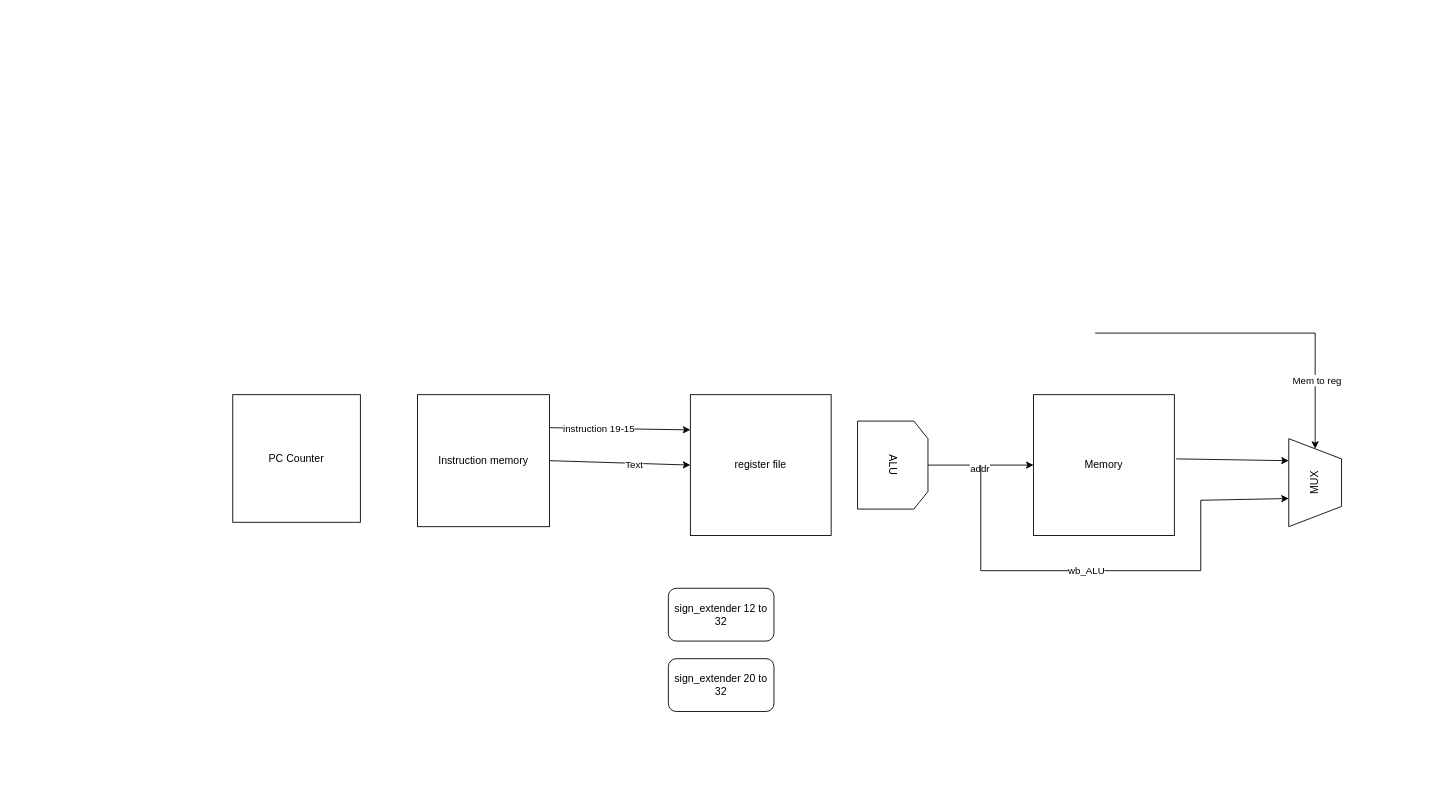
The draw.io diagram project1.drawio in coltenjs45/Cpre381, before the edit. Source tidied: cells renumbered, new cells numbered last; positions are measured from the earlier drawing's top-left corner, leaving out a move shared by most shapes. Both pictures are drawn from the tidied source at 88%, with x=0, y=0 at pixel (232, 333).
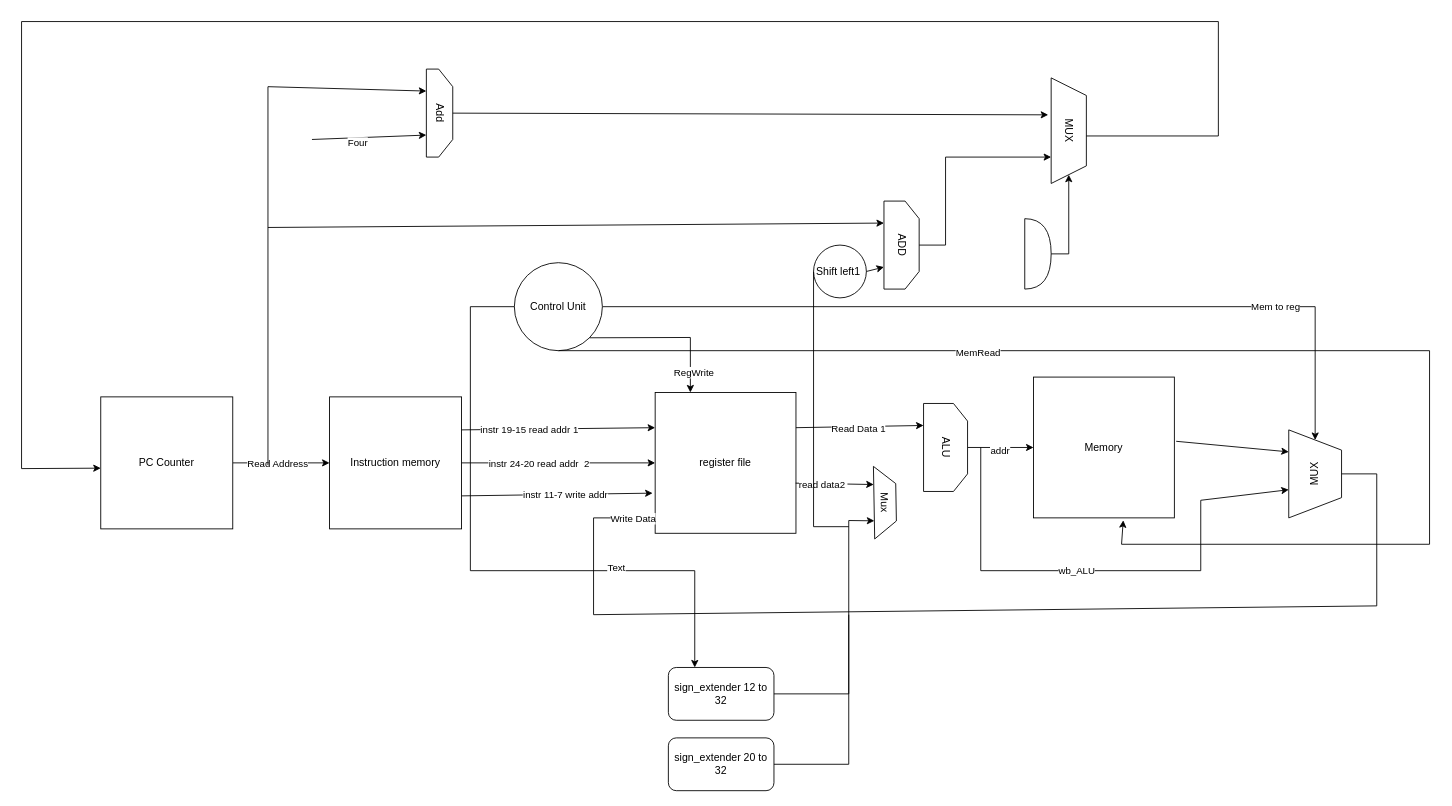
After the change.

Commit message (it also covers changes not shown here):
updated excel sheet amd drawio

The change refers to these unchanged cells:
```xml
<mxCell id="17" style="endArrow=classic;html=1;rounded=0;exitX=1;exitY=0.25;exitDx=0;exitDy=0;entryX=0;entryY=0.25;entryDx=0;entryDy=0;" parent="1" edge="1" source="16" target="2">
  <mxGeometry relative="1" as="geometry" />
</mxCell>
<mxCell id="19" style="endArrow=classic;html=1;rounded=0;exitX=1;exitY=0.5;exitDx=0;exitDy=0;entryX=0;entryY=0.5;entryDx=0;entryDy=0;" parent="1" edge="1" source="16" target="2">
  <mxGeometry relative="1" as="geometry" />
</mxCell>
```

Diff of the diagram source:
```diff
@@
     <mxCell id="2" value="register file" style="whiteSpace=wrap;html=1;" parent="1" vertex="1">
-      <mxGeometry x="520" y="70" width="160" height="160" as="geometry" />
+      <mxGeometry x="480" y="67.5" width="160" height="160" as="geometry" />
     </mxCell>
+    <mxCell id="21" style="edgeStyle=orthogonalEdgeStyle;rounded=0;jettySize=auto;html=1;exitX=1;exitY=0.5;exitDx=0;exitDy=0;entryX=0;entryY=0.5;entryDx=0;entryDy=0;" parent="1" edge="1" source="3" target="16">
+      <mxGeometry relative="1" as="geometry" />
+    </mxCell>
+    <mxCell id="22" value="Read Address" style="edgeLabel;html=1;align=center;verticalAlign=middle;" parent="21" vertex="1">
+      <mxGeometry x="-0.09" y="-1" relative="1" as="geometry" />
+    </mxCell>
     <mxCell id="3" value="PC Counter" style="whiteSpace=wrap;html=1;" parent="1" vertex="1">
-      <mxGeometry y="70" width="145" height="145" as="geometry" />
+      <mxGeometry x="-150" y="72.5" width="150" height="150" as="geometry" />
     </mxCell>
     <mxCell id="4" value="sign_extender 12 to 32" style="rounded=1;whiteSpace=wrap;html=1;" parent="1" vertex="1">
-      <mxGeometry x="495" y="290" width="120" height="60" as="geometry" />
+      <mxGeometry x="495" y="380" width="120" height="60" as="geometry" />
     </mxCell>
     <mxCell id="5" value="Memory" style="whiteSpace=wrap;html=1;" parent="1" vertex="1">
-      <mxGeometry x="910" y="70" width="160" height="160" as="geometry" />
+      <mxGeometry x="910" y="50" width="160" height="160" as="geometry" />
     </mxCell>
@@
     <mxCell id="8" value="ALU" style="shape=loopLimit;whiteSpace=wrap;html=1;rotation=90;" parent="1" vertex="1">
-      <mxGeometry x="700" y="110" width="100" height="80" as="geometry" />
+      <mxGeometry x="760" y="105" width="100" height="50" as="geometry" />
     </mxCell>
     <mxCell id="9" value="sign_extender 20 to 32" style="rounded=1;whiteSpace=wrap;html=1;" parent="1" vertex="1">
-      <mxGeometry x="495" y="370" width="120" height="60" as="geometry" />
+      <mxGeometry x="495" y="460" width="120" height="60" as="geometry" />
     </mxCell>
     <mxCell id="10" value="MUX" style="verticalLabelPosition=middle;verticalAlign=middle;html=1;shape=trapezoid;perimeter=trapezoidPerimeter;whiteSpace=wrap;size=0.23;arcSize=10;flipV=1;labelPosition=center;align=center;rotation=-90;" parent="1" vertex="1">
-      <mxGeometry x="1180" y="140" width="100" height="60" as="geometry" />
+      <mxGeometry x="1180" y="130" width="100" height="60" as="geometry" />
     </mxCell>
     <mxCell id="11" style="endArrow=classic;html=1;rounded=0;entryX=0.32;entryY=1;entryDx=0;entryDy=0;entryPerimeter=0;" parent="1" edge="1" target="10">
       <mxGeometry relative="1" as="geometry">
-        <mxPoint x="850" y="150" as="sourcePoint" />
+        <mxPoint x="850" y="130" as="sourcePoint" />
         <Array as="points">
           <mxPoint x="850" y="270" />
           <mxPoint x="1100" y="270" />
           <mxPoint x="1100" y="190" />
         </Array>
       </mxGeometry>
     </mxCell>
@@
-    <mxCell id="14" style="endArrow=classic;html=1;rounded=0;" parent="1" edge="1" target="10">
+    <mxCell id="14" style="endArrow=classic;html=1;rounded=0;" parent="1" edge="1" source="38" target="10">
       <mxGeometry relative="1" as="geometry">
-        <mxPoint x="980" as="sourcePoint" />
         <Array as="points">
-          <mxPoint x="1230" />
+          <mxPoint x="1230" y="-30" />
         </Array>
       </mxGeometry>
     </mxCell>
@@
     <mxCell id="16" value="Instruction memory" style="whiteSpace=wrap;html=1;" parent="1" vertex="1">
-      <mxGeometry x="210" y="70" width="150" height="150" as="geometry" />
+      <mxGeometry x="110" y="72.5" width="150" height="150" as="geometry" />
     </mxCell>
@@
-    <mxCell id="18" value="instruction 19-15" style="edgeLabel;html=1;align=center;verticalAlign=middle;" parent="17" vertex="1">
+    <mxCell id="18" value="instr 19-15 read addr 1" style="edgeLabel;html=1;align=center;verticalAlign=middle;" parent="17" vertex="1">
       <mxGeometry x="-0.3" relative="1" as="geometry" />
     </mxCell>
@@
+    <mxCell id="23" value="instr 24-20 read addr&amp;nbsp; 2" style="edgeLabel;html=1;align=center;verticalAlign=middle;" parent="19" vertex="1">
+      <mxGeometry x="-0.21" y="-1" relative="1" as="geometry" />
+    </mxCell>
+    <mxCell id="24" style="endArrow=classic;html=1;rounded=0;exitX=0.5;exitY=0;exitDx=0;exitDy=0;entryX=0.35;entryY=1.083;entryDx=0;entryDy=0;entryPerimeter=0;" parent="1" edge="1" target="29">
+      <mxGeometry relative="1" as="geometry">
+        <mxPoint x="230" y="-250" as="sourcePoint" />
+      </mxGeometry>
+    </mxCell>
+    <mxCell id="25" style="endArrow=classic;html=1;rounded=0;entryX=0.75;entryY=1;entryDx=0;entryDy=0;" parent="1" edge="1" target="28">
+      <mxGeometry relative="1" as="geometry">
+        <mxPoint x="90" y="-220" as="sourcePoint" />
+      </mxGeometry>
+    </mxCell>
+    <mxCell id="26" value="Four" style="edgeLabel;html=1;align=center;verticalAlign=middle;" parent="25" vertex="1">
+      <mxGeometry x="-0.22" y="-5" relative="1" as="geometry" />
+    </mxCell>
+    <mxCell id="27" style="endArrow=classic;html=1;rounded=0;entryX=0.25;entryY=1;entryDx=0;entryDy=0;" parent="1" edge="1" target="28">
+      <mxGeometry relative="1" as="geometry">
+        <mxPoint x="40" y="150" as="sourcePoint" />
+        <Array as="points">
+          <mxPoint x="40" y="-280" />
+        </Array>
+      </mxGeometry>
+    </mxCell>
+    <mxCell id="28" value="Add" style="shape=loopLimit;whiteSpace=wrap;html=1;rotation=90;" parent="1" vertex="1">
+      <mxGeometry x="185" y="-265" width="100" height="30" as="geometry" />
+    </mxCell>
+    <mxCell id="29" value="MUX" style="shape=trapezoid;perimeter=trapezoidPerimeter;whiteSpace=wrap;html=1;fixedSize=1;rotation=90;" parent="1" vertex="1">
+      <mxGeometry x="890" y="-250" width="120" height="40" as="geometry" />
+    </mxCell>
+    <mxCell id="30" style="endArrow=classic;html=1;rounded=0;entryX=0.25;entryY=1;entryDx=0;entryDy=0;" parent="1" edge="1" target="31">
+      <mxGeometry relative="1" as="geometry">
+        <mxPoint x="40" y="-120" as="sourcePoint" />
+      </mxGeometry>
+    </mxCell>
+    <mxCell id="31" value="ADD" style="shape=loopLimit;whiteSpace=wrap;html=1;rotation=90;" parent="1" vertex="1">
+      <mxGeometry x="710" y="-120" width="100" height="40" as="geometry" />
+    </mxCell>
+    <mxCell id="32" style="endArrow=classic;html=1;rounded=0;exitX=0.5;exitY=0;exitDx=0;exitDy=0;entryX=0.75;entryY=1;entryDx=0;entryDy=0;" parent="1" edge="1" source="31" target="29">
+      <mxGeometry relative="1" as="geometry">
+        <Array as="points">
+          <mxPoint x="810" y="-100" />
+          <mxPoint x="810" y="-200" />
+        </Array>
+      </mxGeometry>
+    </mxCell>
+    <mxCell id="33" style="endArrow=classic;html=1;rounded=0;exitX=0.5;exitY=0;exitDx=0;exitDy=0;entryX=0;entryY=0.5;entryDx=0;entryDy=0;" parent="1" edge="1">
+      <mxGeometry relative="1" as="geometry">
+        <mxPoint x="970" y="-224" as="sourcePoint" />
+        <mxPoint x="-150" y="153.5" as="targetPoint" />
+        <Array as="points">
+          <mxPoint x="1120" y="-224" />
+          <mxPoint x="1120" y="-354" />
+          <mxPoint x="-240" y="-354" />
+          <mxPoint x="-240" y="154" />
+        </Array>
+      </mxGeometry>
+    </mxCell>
+    <mxCell id="34" value="Shift left1&amp;nbsp;" style="ellipse;whiteSpace=wrap;html=1;" parent="1" vertex="1">
+      <mxGeometry x="660" y="-100" width="60" height="60" as="geometry" />
+    </mxCell>
+    <mxCell id="35" style="endArrow=classic;html=1;rounded=0;exitX=1;exitY=0.5;exitDx=0;exitDy=0;entryX=0.75;entryY=1;entryDx=0;entryDy=0;" parent="1" edge="1" source="34" target="31">
+      <mxGeometry relative="1" as="geometry" />
+    </mxCell>
+    <mxCell id="36" style="shape=or;whiteSpace=wrap;html=1;" parent="1" vertex="1">
+      <mxGeometry x="900" y="-130" width="30" height="80" as="geometry" />
+    </mxCell>
+    <mxCell id="37" style="endArrow=classic;html=1;rounded=0;exitX=1;exitY=0.5;exitDx=0;exitDy=0;exitPerimeter=0;entryX=1;entryY=0.5;entryDx=0;entryDy=0;" parent="1" edge="1" source="36" target="29">
+      <mxGeometry relative="1" as="geometry">
+        <Array as="points">
+          <mxPoint x="950" y="-90" />
+        </Array>
+      </mxGeometry>
+    </mxCell>
+    <mxCell id="38" value="Control Unit" style="ellipse;whiteSpace=wrap;html=1;" parent="1" vertex="1">
+      <mxGeometry x="320" y="-80" width="100" height="100" as="geometry" />
+    </mxCell>
+    <mxCell id="39" style="endArrow=classic;html=1;rounded=0;exitX=1;exitY=1;exitDx=0;exitDy=0;entryX=0.25;entryY=0;entryDx=0;entryDy=0;" parent="1" edge="1" source="38" target="2">
+      <mxGeometry relative="1" as="geometry">
+        <Array as="points">
+          <mxPoint x="520" y="5" />
+        </Array>
+      </mxGeometry>
+    </mxCell>
+    <mxCell id="40" value="RegWrite" style="edgeLabel;html=1;align=center;verticalAlign=middle;" parent="39" vertex="1">
+      <mxGeometry x="0.74" y="3" relative="1" as="geometry" />
+    </mxCell>
+    <mxCell id="41" value="Mux" style="shape=trapezoid;perimeter=trapezoidPerimeter;whiteSpace=wrap;html=1;fixedSize=1;rotation=89;" parent="1" vertex="1">
+      <mxGeometry x="700" y="180" width="82.5" height="25" as="geometry" />
+    </mxCell>
+    <mxCell id="42" style="endArrow=classic;html=1;rounded=0;exitX=1;exitY=0.25;exitDx=0;exitDy=0;entryX=0.25;entryY=1;entryDx=0;entryDy=0;" parent="1" edge="1" source="2" target="8">
+      <mxGeometry relative="1" as="geometry" />
+    </mxCell>
+    <mxCell id="43" value="Read Data 1" style="edgeLabel;html=1;align=center;verticalAlign=middle;" parent="42" vertex="1">
+      <mxGeometry x="-0.03" y="-2" relative="1" as="geometry" />
+    </mxCell>
+    <mxCell id="44" style="endArrow=classic;html=1;rounded=0;exitX=0.998;exitY=0.644;exitDx=0;exitDy=0;exitPerimeter=0;entryX=0.25;entryY=1;entryDx=0;entryDy=0;" parent="1" edge="1" source="2" target="41">
+      <mxGeometry relative="1" as="geometry" />
+    </mxCell>
+    <mxCell id="45" value="read data2&amp;nbsp;" style="edgeLabel;html=1;align=center;verticalAlign=middle;" parent="44" vertex="1">
+      <mxGeometry x="-0.31" relative="1" as="geometry" />
+    </mxCell>
+    <mxCell id="46" style="endArrow=classic;html=1;rounded=0;entryX=0.75;entryY=1;entryDx=0;entryDy=0;exitX=1;exitY=0.5;exitDx=0;exitDy=0;" parent="1" edge="1" source="4" target="41">
+      <mxGeometry relative="1" as="geometry">
+        <Array as="points">
+          <mxPoint x="700" y="410" />
+          <mxPoint x="700" y="213" />
+        </Array>
+      </mxGeometry>
+    </mxCell>
+    <mxCell id="47" style="endArrow=none;html=1;rounded=0;exitX=1;exitY=0.5;exitDx=0;exitDy=0;" parent="1" edge="1" source="9">
+      <mxGeometry relative="1" as="geometry">
+        <mxPoint x="700" y="320" as="targetPoint" />
+        <Array as="points">
+          <mxPoint x="700" y="490" />
+        </Array>
+      </mxGeometry>
+    </mxCell>
+    <mxCell id="48" style="endArrow=classic;html=1;rounded=0;exitX=1;exitY=0.75;exitDx=0;exitDy=0;entryX=-0.018;entryY=0.715;entryDx=0;entryDy=0;entryPerimeter=0;" parent="1" edge="1" source="16" target="2">
+      <mxGeometry relative="1" as="geometry" />
+    </mxCell>
+    <mxCell id="49" value="instr 11-7 write addr" style="edgeLabel;html=1;align=center;verticalAlign=middle;" parent="48" vertex="1">
+      <mxGeometry x="0.09" relative="1" as="geometry" />
+    </mxCell>
+    <mxCell id="50" style="endArrow=classic;html=1;rounded=0;exitX=0.5;exitY=1;exitDx=0;exitDy=0;entryX=0;entryY=0.891;entryDx=0;entryDy=0;entryPerimeter=0;" parent="1" edge="1" source="10" target="2">
+      <mxGeometry relative="1" as="geometry">
+        <Array as="points">
+          <mxPoint x="1300" y="160" />
+          <mxPoint x="1300" y="310" />
+          <mxPoint x="410" y="320" />
+          <mxPoint x="410" y="210" />
+        </Array>
+      </mxGeometry>
+    </mxCell>
+    <mxCell id="51" value="Write Data" style="edgeLabel;html=1;align=center;verticalAlign=middle;" parent="50" vertex="1">
+      <mxGeometry x="0.96" relative="1" as="geometry" />
+    </mxCell>
+    <mxCell id="52" style="endArrow=classic;html=1;rounded=0;exitX=0.5;exitY=1;exitDx=0;exitDy=0;entryX=0.637;entryY=1.017;entryDx=0;entryDy=0;entryPerimeter=0;" parent="1" edge="1" source="38" target="5">
+      <mxGeometry relative="1" as="geometry">
+        <Array as="points">
+          <mxPoint x="1360" y="20" />
+          <mxPoint x="1360" y="240" />
+          <mxPoint x="1010" y="240" />
+        </Array>
+      </mxGeometry>
+    </mxCell>
+    <mxCell id="53" value="MemRead" style="edgeLabel;html=1;align=center;verticalAlign=middle;" parent="52" vertex="1">
+      <mxGeometry x="-0.4" y="-1" relative="1" as="geometry" />
+    </mxCell>
+    <mxCell id="54" style="endArrow=none;html=1;rounded=0;entryX=0;entryY=0.5;entryDx=0;entryDy=0;" parent="1" edge="1" target="34">
+      <mxGeometry relative="1" as="geometry">
+        <mxPoint x="700" y="220" as="sourcePoint" />
+        <Array as="points">
+          <mxPoint x="660" y="220" />
+        </Array>
+      </mxGeometry>
+    </mxCell>
+    <mxCell id="55" style="endArrow=classic;html=1;rounded=0;exitX=0;exitY=0.5;exitDx=0;exitDy=0;entryX=0.25;entryY=0;entryDx=0;entryDy=0;" parent="1" edge="1" source="38" target="4">
+      <mxGeometry relative="1" as="geometry">
+        <Array as="points">
+          <mxPoint x="270" y="-30" />
+          <mxPoint x="270" y="270" />
+          <mxPoint x="525" y="270" />
+        </Array>
+      </mxGeometry>
+    </mxCell>
-    <mxCell id="20" value="Text" style="edgeLabel;html=1;align=center;verticalAlign=middle;" parent="19" vertex="1">
-      <mxGeometry x="0.2" y="-2" relative="1" as="geometry" />
+    <mxCell id="20" value="Text" style="edgeLabel;html=1;align=center;verticalAlign=middle;" parent="55" vertex="1">
+      <mxGeometry x="0.44" y="4" relative="1" as="geometry" />
     </mxCell>
```
